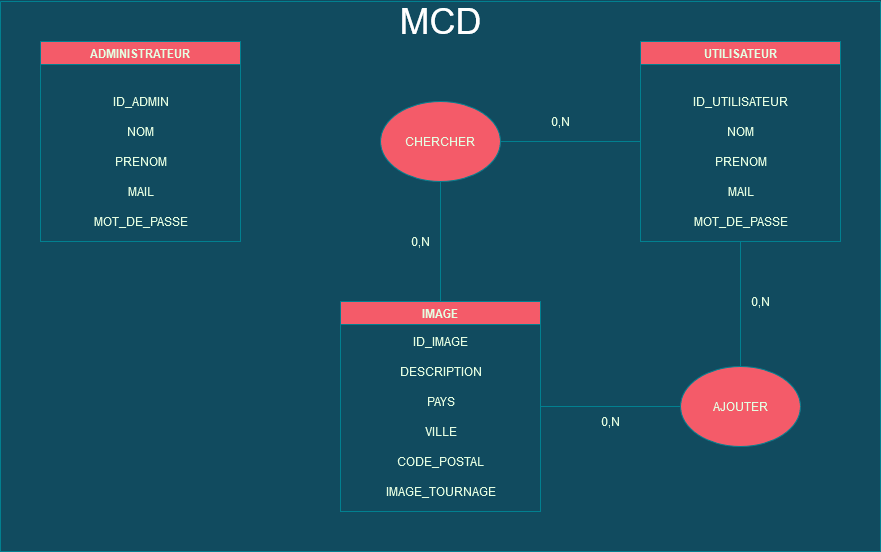
XavierTRUONG/keystone_BDD keeps this draw.io diagram as documents/MCD.png. Above is the earlier version. Source tidied: cells renumbered, new cells last; positions are measured from the earlier drawing's top-left corner, leaving out a move shared by most shapes. Its diagram source:
```xml
<mxGraphModel background="#114B5F">
  <root>
    <mxCell id="0" />
    <mxCell id="1" parent="0" />
    <mxCell id="2" value="ADMINISTRATEUR" style="swimlane;fillColor=#F45B69;strokeColor=#028090;fontColor=#E4FDE1;" parent="1" vertex="1">
      <mxGeometry x="40" y="40" width="200" height="200" as="geometry" />
    </mxCell>
    <mxCell id="3" value="ID_ADMIN" style="text;html=1;align=center;verticalAlign=middle;strokeColor=none;fillColor=none;fontColor=#E4FDE1;" parent="2" vertex="1">
      <mxGeometry x="65" y="50" width="70" height="20" as="geometry" />
    </mxCell>
    <mxCell id="4" value="NOM" style="text;html=1;align=center;verticalAlign=middle;strokeColor=none;fillColor=none;fontColor=#E4FDE1;" parent="2" vertex="1">
      <mxGeometry x="80" y="80" width="40" height="20" as="geometry" />
    </mxCell>
    <mxCell id="5" value="PRENOM" style="text;html=1;align=center;verticalAlign=middle;strokeColor=none;fillColor=none;fontColor=#E4FDE1;" parent="2" vertex="1">
      <mxGeometry x="65" y="110" width="70" height="20" as="geometry" />
    </mxCell>
    <mxCell id="6" value="MAIL" style="text;html=1;align=center;verticalAlign=middle;strokeColor=none;fillColor=none;fontColor=#E4FDE1;" parent="2" vertex="1">
      <mxGeometry x="80" y="140" width="40" height="20" as="geometry" />
    </mxCell>
    <mxCell id="7" value="MOT_DE_PASSE" style="text;html=1;align=center;verticalAlign=middle;strokeColor=none;fillColor=none;fontColor=#E4FDE1;" parent="2" vertex="1">
      <mxGeometry x="45" y="170" width="110" height="20" as="geometry" />
    </mxCell>
    <mxCell id="8" value="UTILISATEUR" style="swimlane;fillColor=#F45B69;strokeColor=#028090;fontColor=#E4FDE1;" parent="1" vertex="1">
      <mxGeometry x="640" y="40" width="200" height="200" as="geometry" />
    </mxCell>
    <mxCell id="9" value="ID_UTILISATEUR" style="text;html=1;align=center;verticalAlign=middle;strokeColor=none;fillColor=none;fontColor=#E4FDE1;" parent="8" vertex="1">
      <mxGeometry x="45" y="50" width="110" height="20" as="geometry" />
    </mxCell>
    <mxCell id="10" value="NOM" style="text;html=1;align=center;verticalAlign=middle;strokeColor=none;fillColor=none;fontColor=#E4FDE1;" parent="8" vertex="1">
      <mxGeometry x="80" y="80" width="40" height="20" as="geometry" />
    </mxCell>
    <mxCell id="11" value="PRENOM" style="text;html=1;align=center;verticalAlign=middle;strokeColor=none;fillColor=none;fontColor=#E4FDE1;" parent="8" vertex="1">
      <mxGeometry x="65" y="110" width="70" height="20" as="geometry" />
    </mxCell>
    <mxCell id="12" value="MAIL" style="text;html=1;align=center;verticalAlign=middle;strokeColor=none;fillColor=none;fontColor=#E4FDE1;" parent="8" vertex="1">
      <mxGeometry x="80" y="140" width="40" height="20" as="geometry" />
    </mxCell>
    <mxCell id="13" value="MOT_DE_PASSE" style="text;html=1;align=center;verticalAlign=middle;strokeColor=none;fillColor=none;fontColor=#E4FDE1;" parent="8" vertex="1">
      <mxGeometry x="45" y="170" width="110" height="20" as="geometry" />
    </mxCell>
    <mxCell id="14" value="IMAGE" style="swimlane;fillColor=#F45B69;strokeColor=#028090;fontColor=#E4FDE1;" parent="1" vertex="1">
      <mxGeometry x="340" y="300" width="200" height="210" as="geometry" />
    </mxCell>
    <mxCell id="15" value="ID_IMAGE" style="text;html=1;align=center;verticalAlign=middle;strokeColor=none;fillColor=none;fontColor=#E4FDE1;" parent="14" vertex="1">
      <mxGeometry x="65" y="30" width="70" height="20" as="geometry" />
    </mxCell>
    <mxCell id="16" value="DESCRIPTION" style="text;html=1;align=center;verticalAlign=middle;strokeColor=none;fillColor=none;fontColor=#E4FDE1;" parent="14" vertex="1">
      <mxGeometry x="50" y="60" width="100" height="20" as="geometry" />
    </mxCell>
    <mxCell id="17" value="PAYS" style="text;html=1;align=center;verticalAlign=middle;strokeColor=none;fillColor=none;fontColor=#E4FDE1;" parent="14" vertex="1">
      <mxGeometry x="80" y="90" width="40" height="20" as="geometry" />
    </mxCell>
    <mxCell id="18" value="VILLE" style="text;html=1;align=center;verticalAlign=middle;strokeColor=none;fillColor=none;fontColor=#E4FDE1;" parent="14" vertex="1">
      <mxGeometry x="75" y="120" width="50" height="20" as="geometry" />
    </mxCell>
    <mxCell id="19" value="CODE_POSTAL" style="text;html=1;align=center;verticalAlign=middle;strokeColor=none;fillColor=none;fontColor=#E4FDE1;" parent="14" vertex="1">
      <mxGeometry x="50" y="150" width="100" height="20" as="geometry" />
    </mxCell>
    <mxCell id="20" value="IMAGE_TOURNAGE" style="text;html=1;align=center;verticalAlign=middle;strokeColor=none;fillColor=none;fontColor=#E4FDE1;" parent="14" vertex="1">
      <mxGeometry x="40" y="180" width="120" height="20" as="geometry" />
    </mxCell>
    <mxCell id="21" value="CHERCHER" style="ellipse;whiteSpace=wrap;html=1;rounded=0;sketch=0;fontColor=#E4FDE1;strokeColor=#028090;fillColor=#F45B69;" parent="1" vertex="1">
      <mxGeometry x="380" y="100" width="120" height="80" as="geometry" />
    </mxCell>
    <mxCell id="22" value="AJOUTER" style="ellipse;whiteSpace=wrap;html=1;rounded=0;sketch=0;fontColor=#E4FDE1;strokeColor=#028090;fillColor=#F45B69;" parent="1" vertex="1">
      <mxGeometry x="680" y="365" width="120" height="80" as="geometry" />
    </mxCell>
    <mxCell id="23" style="endArrow=none;html=1;rounded=1;sketch=0;fontColor=#E4FDE1;strokeColor=#028090;fillColor=#F45B69;curved=0;entryX=1;entryY=0.5;entryDx=0;entryDy=0;exitX=0;exitY=0.5;exitDx=0;exitDy=0;labelBackgroundColor=#114B5F;" parent="1" edge="1" source="8" target="21">
      <mxGeometry relative="1" as="geometry" />
    </mxCell>
    <mxCell id="24" style="endArrow=none;html=1;rounded=1;sketch=0;fontColor=#E4FDE1;strokeColor=#028090;fillColor=#F45B69;curved=0;entryX=0.5;entryY=1;entryDx=0;entryDy=0;exitX=0.5;exitY=0;exitDx=0;exitDy=0;labelBackgroundColor=#114B5F;" parent="1" edge="1" source="14" target="21">
      <mxGeometry relative="1" as="geometry" />
    </mxCell>
    <mxCell id="25" style="endArrow=none;html=1;rounded=1;sketch=0;fontColor=#E4FDE1;strokeColor=#028090;fillColor=#F45B69;curved=0;entryX=0.5;entryY=1;entryDx=0;entryDy=0;exitX=0.5;exitY=0;exitDx=0;exitDy=0;labelBackgroundColor=#114B5F;" parent="1" edge="1" source="22" target="8">
      <mxGeometry relative="1" as="geometry" />
    </mxCell>
    <mxCell id="26" style="endArrow=none;html=1;rounded=1;sketch=0;fontColor=#E4FDE1;strokeColor=#028090;fillColor=#F45B69;curved=0;entryX=0;entryY=0.5;entryDx=0;entryDy=0;exitX=1;exitY=0.5;exitDx=0;exitDy=0;labelBackgroundColor=#114B5F;" parent="1" edge="1" source="14" target="22">
      <mxGeometry relative="1" as="geometry" />
    </mxCell>
    <mxCell id="27" value="0,N" style="text;html=1;align=center;verticalAlign=middle;strokeColor=none;fillColor=none;fontColor=#E4FDE1;" parent="1" vertex="1">
      <mxGeometry x="545" y="110" width="30" height="20" as="geometry" />
    </mxCell>
    <mxCell id="28" value="0,N" style="text;html=1;align=center;verticalAlign=middle;strokeColor=none;fillColor=none;fontColor=#E4FDE1;" parent="1" vertex="1">
      <mxGeometry x="405" y="230" width="30" height="20" as="geometry" />
    </mxCell>
    <mxCell id="29" value="0,N" style="text;html=1;align=center;verticalAlign=middle;strokeColor=none;fillColor=none;fontColor=#E4FDE1;" parent="1" vertex="1">
      <mxGeometry x="745" y="290" width="30" height="20" as="geometry" />
    </mxCell>
    <mxCell id="30" value="0,N" style="text;html=1;align=center;verticalAlign=middle;strokeColor=none;fillColor=none;fontColor=#E4FDE1;" parent="1" vertex="1">
      <mxGeometry x="595" y="410" width="30" height="20" as="geometry" />
    </mxCell>
    <mxCell id="31" style="swimlane;startSize=0;rounded=0;sketch=0;fillColor=#F45B69;strokeColor=#028090;fontColor=#E4FDE1;" parent="1" vertex="1">
      <mxGeometry width="880" height="550" as="geometry" />
    </mxCell>
    <mxCell id="32" value="&lt;font style=&quot;font-size: 36px&quot; color=&quot;#FFFFFF&quot;&gt;MCD&lt;/font&gt;" style="text;html=1;align=center;verticalAlign=middle;strokeColor=none;fillColor=none;" parent="1" vertex="1">
      <mxGeometry x="390" y="5" width="100" height="30" as="geometry" />
    </mxCell>
  </root>
</mxGraphModel>
```
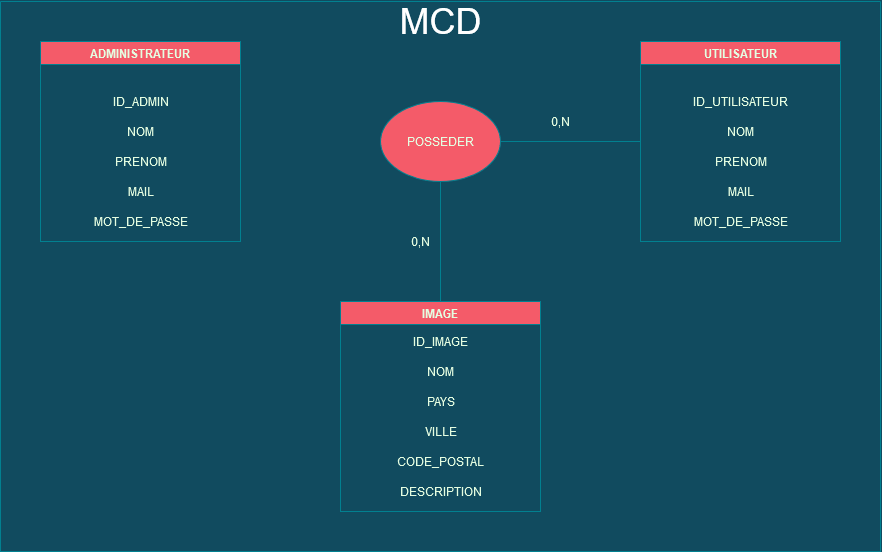
After the change.

The edit, as a diff of the source:
```diff
@@ -44,8 +44,8 @@
     <mxCell id="15" value="ID_IMAGE" style="text;html=1;align=center;verticalAlign=middle;strokeColor=none;fillColor=none;fontColor=#E4FDE1;" parent="14" vertex="1">
       <mxGeometry x="65" y="30" width="70" height="20" as="geometry" />
     </mxCell>
-    <mxCell id="16" value="DESCRIPTION" style="text;html=1;align=center;verticalAlign=middle;strokeColor=none;fillColor=none;fontColor=#E4FDE1;" parent="14" vertex="1">
-      <mxGeometry x="50" y="60" width="100" height="20" as="geometry" />
+    <mxCell id="16" value="NOM" style="text;html=1;align=center;verticalAlign=middle;strokeColor=none;fillColor=none;fontColor=#E4FDE1;" parent="14" vertex="1">
+      <mxGeometry x="80" y="60" width="40" height="20" as="geometry" />
     </mxCell>
     <mxCell id="17" value="PAYS" style="text;html=1;align=center;verticalAlign=middle;strokeColor=none;fillColor=none;fontColor=#E4FDE1;" parent="14" vertex="1">
       <mxGeometry x="80" y="90" width="40" height="20" as="geometry" />
@@ -56,39 +56,24 @@
     <mxCell id="19" value="CODE_POSTAL" style="text;html=1;align=center;verticalAlign=middle;strokeColor=none;fillColor=none;fontColor=#E4FDE1;" parent="14" vertex="1">
       <mxGeometry x="50" y="150" width="100" height="20" as="geometry" />
     </mxCell>
-    <mxCell id="20" value="IMAGE_TOURNAGE" style="text;html=1;align=center;verticalAlign=middle;strokeColor=none;fillColor=none;fontColor=#E4FDE1;" parent="14" vertex="1">
-      <mxGeometry x="40" y="180" width="120" height="20" as="geometry" />
+    <mxCell id="20" value="DESCRIPTION" style="text;html=1;align=center;verticalAlign=middle;strokeColor=none;fillColor=none;fontColor=#E4FDE1;" parent="14" vertex="1">
+      <mxGeometry x="50" y="180" width="100" height="20" as="geometry" />
     </mxCell>
-    <mxCell id="21" value="CHERCHER" style="ellipse;whiteSpace=wrap;html=1;rounded=0;sketch=0;fontColor=#E4FDE1;strokeColor=#028090;fillColor=#F45B69;" parent="1" vertex="1">
+    <mxCell id="21" value="POSSEDER" style="ellipse;whiteSpace=wrap;html=1;rounded=0;sketch=0;fontColor=#E4FDE1;strokeColor=#028090;fillColor=#F45B69;" parent="1" vertex="1">
       <mxGeometry x="380" y="100" width="120" height="80" as="geometry" />
     </mxCell>
-    <mxCell id="22" value="AJOUTER" style="ellipse;whiteSpace=wrap;html=1;rounded=0;sketch=0;fontColor=#E4FDE1;strokeColor=#028090;fillColor=#F45B69;" parent="1" vertex="1">
-      <mxGeometry x="680" y="365" width="120" height="80" as="geometry" />
-    </mxCell>
     <mxCell id="23" style="endArrow=none;html=1;rounded=1;sketch=0;fontColor=#E4FDE1;strokeColor=#028090;fillColor=#F45B69;curved=0;entryX=1;entryY=0.5;entryDx=0;entryDy=0;exitX=0;exitY=0.5;exitDx=0;exitDy=0;labelBackgroundColor=#114B5F;" parent="1" edge="1" source="8" target="21">
       <mxGeometry relative="1" as="geometry" />
     </mxCell>
     <mxCell id="24" style="endArrow=none;html=1;rounded=1;sketch=0;fontColor=#E4FDE1;strokeColor=#028090;fillColor=#F45B69;curved=0;entryX=0.5;entryY=1;entryDx=0;entryDy=0;exitX=0.5;exitY=0;exitDx=0;exitDy=0;labelBackgroundColor=#114B5F;" parent="1" edge="1" source="14" target="21">
       <mxGeometry relative="1" as="geometry" />
     </mxCell>
-    <mxCell id="25" style="endArrow=none;html=1;rounded=1;sketch=0;fontColor=#E4FDE1;strokeColor=#028090;fillColor=#F45B69;curved=0;entryX=0.5;entryY=1;entryDx=0;entryDy=0;exitX=0.5;exitY=0;exitDx=0;exitDy=0;labelBackgroundColor=#114B5F;" parent="1" edge="1" source="22" target="8">
-      <mxGeometry relative="1" as="geometry" />
-    </mxCell>
-    <mxCell id="26" style="endArrow=none;html=1;rounded=1;sketch=0;fontColor=#E4FDE1;strokeColor=#028090;fillColor=#F45B69;curved=0;entryX=0;entryY=0.5;entryDx=0;entryDy=0;exitX=1;exitY=0.5;exitDx=0;exitDy=0;labelBackgroundColor=#114B5F;" parent="1" edge="1" source="14" target="22">
-      <mxGeometry relative="1" as="geometry" />
-    </mxCell>
     <mxCell id="27" value="0,N" style="text;html=1;align=center;verticalAlign=middle;strokeColor=none;fillColor=none;fontColor=#E4FDE1;" parent="1" vertex="1">
       <mxGeometry x="545" y="110" width="30" height="20" as="geometry" />
     </mxCell>
     <mxCell id="28" value="0,N" style="text;html=1;align=center;verticalAlign=middle;strokeColor=none;fillColor=none;fontColor=#E4FDE1;" parent="1" vertex="1">
       <mxGeometry x="405" y="230" width="30" height="20" as="geometry" />
     </mxCell>
-    <mxCell id="29" value="0,N" style="text;html=1;align=center;verticalAlign=middle;strokeColor=none;fillColor=none;fontColor=#E4FDE1;" parent="1" vertex="1">
-      <mxGeometry x="745" y="290" width="30" height="20" as="geometry" />
-    </mxCell>
-    <mxCell id="30" value="0,N" style="text;html=1;align=center;verticalAlign=middle;strokeColor=none;fillColor=none;fontColor=#E4FDE1;" parent="1" vertex="1">
-      <mxGeometry x="595" y="410" width="30" height="20" as="geometry" />
-    </mxCell>
     <mxCell id="31" style="swimlane;startSize=0;rounded=0;sketch=0;fillColor=#F45B69;strokeColor=#028090;fontColor=#E4FDE1;" parent="1" vertex="1">
       <mxGeometry width="880" height="550" as="geometry" />
     </mxCell>
```
